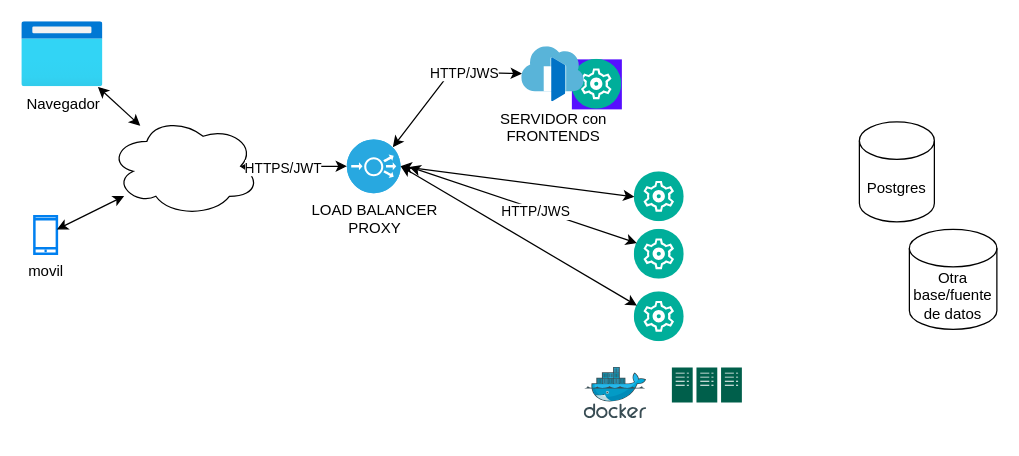
Above: src/Diagrama sin título.drawio in mariogb/genlon (draw.io), before the change. Source tidied: cells renumbered, new cells numbered last; positions are measured from the earlier drawing's top-left corner, leaving out a move shared by most shapes. Both pictures are drawn from the tidied source at 125%, with x=0, y=0 at pixel (21, 21).
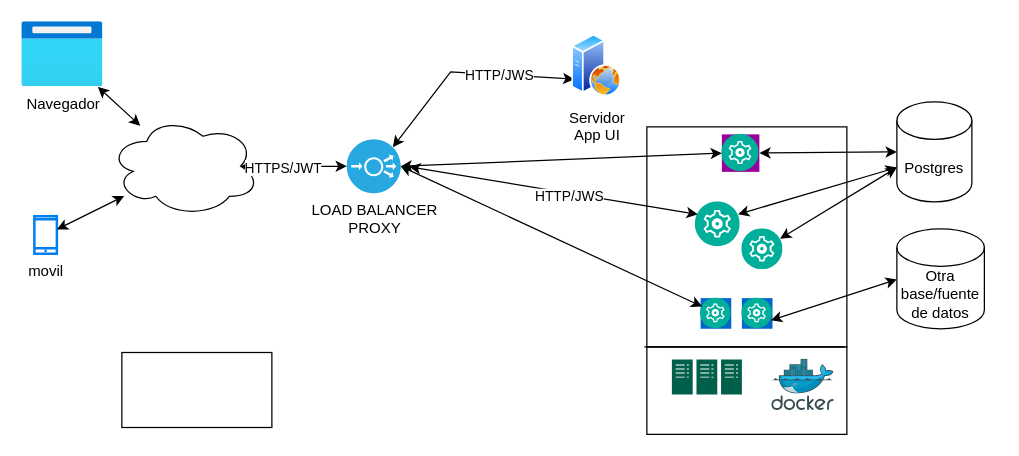
The same page after the edit.

The change refers to these unchanged cells:
```xml
<mxCell id="8" value="&lt;div&gt;LOAD BALANCER&lt;/div&gt;&lt;div&gt;PROXY&lt;br&gt;&lt;/div&gt;" style="fillColor=#28A8E0;verticalLabelPosition=bottom;sketch=0;html=1;strokeColor=#ffffff;verticalAlign=top;align=center;points=[[0.145,0.145,0],[0.5,0,0],[0.855,0.145,0],[1,0.5,0],[0.855,0.855,0],[0.5,1,0],[0.145,0.855,0],[0,0.5,0]];shape=mxgraph.cisco_safe.compositeIcon;bgIcon=ellipse;resIcon=mxgraph.cisco_safe.capability.load_balancer;" parent="1" vertex="1">
  <mxGeometry x="260" y="94" width="43" height="43" as="geometry" />
</mxCell>
```

What changed in the source:
```diff
@@
+    <mxCell id="25" style="rounded=0;whiteSpace=wrap;html=1;" parent="1" vertex="1">
+      <mxGeometry x="500" y="260" width="160" height="70" as="geometry" />
+    </mxCell>
+    <mxCell id="26" style="rounded=0;whiteSpace=wrap;html=1;" parent="1" vertex="1">
+      <mxGeometry x="500" y="84" width="160" height="176" as="geometry" />
+    </mxCell>
@@
     <mxCell id="7" value="&lt;div&gt;Postgres&lt;/div&gt;" style="shape=cylinder3;whiteSpace=wrap;html=1;boundedLbl=1;backgroundOutline=1;size=15;" parent="1" vertex="1">
-      <mxGeometry x="670" y="80" width="60" height="80" as="geometry" />
+      <mxGeometry x="700" y="64" width="60" height="80" as="geometry" />
     </mxCell>
@@
     <mxCell id="11" style="image;perimeter=ellipsePerimeter;html=1;align=center;shadow=0;dashed=0;fontColor=#4277BB;labelBackgroundColor=default;fontSize=12;spacingTop=3;image=img/lib/ibm/management/cluster_management.svg;" parent="1" vertex="1">
-      <mxGeometry x="490" y="166" width="40" height="40" as="geometry" />
+      <mxGeometry x="538.8" y="144" width="36" height="36" as="geometry" />
     </mxCell>
     <mxCell id="12" style="sketch=0;shadow=0;dashed=0;html=1;strokeColor=none;fillColor=#005F4B;labelPosition=center;verticalLabelPosition=bottom;verticalAlign=top;align=center;shape=mxgraph.veeam2.server_cluster;" parent="1" vertex="1">
-      <mxGeometry x="520" y="276.5" width="56" height="28" as="geometry" />
+      <mxGeometry x="520" y="270" width="56" height="28" as="geometry" />
     </mxCell>
-    <mxCell id="13" style="image;perimeter=ellipsePerimeter;html=1;align=center;shadow=0;dashed=0;fontColor=#4277BB;labelBackgroundColor=default;fontSize=12;spacingTop=3;image=img/lib/ibm/management/cluster_management.svg;" parent="1" vertex="1">
-      <mxGeometry x="490" y="120" width="40" height="40" as="geometry" />
+    <mxCell id="13" style="image;perimeter=ellipsePerimeter;html=1;align=center;shadow=0;dashed=0;fontColor=#4277BB;labelBackgroundColor=#7F00FF;fontSize=12;spacingTop=3;image=img/lib/ibm/management/cluster_management.svg;whiteSpace=wrap;labelBorderColor=default;imageBackground=#990099;fillStyle=auto;" parent="1" vertex="1">
+      <mxGeometry x="560" y="90" width="30" height="30" as="geometry" />
     </mxCell>
     <mxCell id="14" style="image;sketch=0;html=1;align=center;fontSize=12;image=img/lib/mscae/Docker.svg;" parent="1" vertex="1">
-      <mxGeometry x="450" y="276.5" width="50" height="41" as="geometry" />
+      <mxGeometry x="600" y="270" width="50" height="41" as="geometry" />
     </mxCell>
-    <mxCell id="15" style="image;perimeter=ellipsePerimeter;html=1;align=center;shadow=0;dashed=0;fontColor=#4277BB;labelBackgroundColor=default;fontSize=12;spacingTop=3;image=img/lib/ibm/management/cluster_management.svg;" parent="1" vertex="1">
-      <mxGeometry x="490" y="216" width="40" height="40" as="geometry" />
+    <mxCell id="15" style="image;perimeter=ellipsePerimeter;html=1;align=center;shadow=0;dashed=0;fontColor=#CC00CC;labelBackgroundColor=default;fontSize=12;spacingTop=3;image=img/lib/ibm/management/cluster_management.svg;imageBackground=#0066CC;" parent="1" vertex="1">
+      <mxGeometry x="543" y="221" width="24.5" height="24.5" as="geometry" />
     </mxCell>
-    <mxCell id="16" style="image;perimeter=ellipsePerimeter;html=1;align=center;shadow=0;dashed=0;fontColor=#4277BB;labelBackgroundColor=default;fontSize=12;spacingTop=3;image=img/lib/ibm/management/cluster_management.svg;imageBackground=#570FFF;fillStyle=solid;" parent="1" vertex="1">
-      <mxGeometry x="440" y="30" width="40" height="40" as="geometry" />
-    </mxCell>
-    <mxCell id="17" value="&lt;div&gt;SERVIDOR con&lt;/div&gt;&lt;div&gt;FRONTENDS&lt;br&gt;&lt;/div&gt;" style="image;sketch=0;html=1;points=[];align=center;fontSize=12;image=img/lib/mscae/Front_Doors.svg;" parent="1" vertex="1">
-      <mxGeometry x="400" y="20" width="50" height="44" as="geometry" />
-    </mxCell>
-    <mxCell id="18" style="endArrow=classic;startArrow=classic;html=1;rounded=0;exitX=0.855;exitY=0.145;exitDx=0;exitDy=0;exitPerimeter=0;" parent="1" edge="1" source="8" target="17">
+    <mxCell id="18" style="endArrow=classic;startArrow=classic;html=1;rounded=0;exitX=0.855;exitY=0.145;exitDx=0;exitDy=0;exitPerimeter=0;entryX=0;entryY=0.75;entryDx=0;entryDy=0;" parent="1" edge="1" source="8" target="29">
       <mxGeometry relative="1" as="geometry">
         <Array as="points">
           <mxPoint x="343" y="40" />
         </Array>
       </mxGeometry>
     </mxCell>
@@
     <mxCell id="24" value="Otra base/fuente de datos" style="shape=cylinder3;whiteSpace=wrap;html=1;boundedLbl=1;backgroundOutline=1;size=15;" parent="1" vertex="1">
-      <mxGeometry x="710" y="166" width="70" height="80" as="geometry" />
+      <mxGeometry x="700" y="165.5" width="70" height="80" as="geometry" />
     </mxCell>
+    <mxCell id="27" style="endArrow=none;html=1;rounded=0;" parent="1" edge="1">
+      <mxGeometry relative="1" as="geometry">
+        <mxPoint x="498" y="260" as="sourcePoint" />
+        <mxPoint x="658" y="260" as="targetPoint" />
+      </mxGeometry>
+    </mxCell>
+    <mxCell id="28" style="rounded=0;whiteSpace=wrap;html=1;" parent="1" vertex="1">
+      <mxGeometry x="80" y="264.5" width="120" height="60" as="geometry" />
+    </mxCell>
+    <mxCell id="29" value="&lt;div&gt;Servidor&lt;/div&gt;&lt;div&gt;App UI&lt;br&gt;&lt;/div&gt;" style="image;perimeter=ellipsePerimeter;html=1;align=center;shadow=0;dashed=0;spacingTop=3;image=img/lib/active_directory/web_server.svg;" parent="1" vertex="1">
+      <mxGeometry x="440" y="10" width="40" height="50" as="geometry" />
+    </mxCell>
+    <mxCell id="30" style="image;perimeter=ellipsePerimeter;html=1;align=center;shadow=0;dashed=0;fontColor=#CC00CC;labelBackgroundColor=default;fontSize=12;spacingTop=3;image=img/lib/ibm/management/cluster_management.svg;imageBackground=#0066CC;" parent="1" vertex="1">
+      <mxGeometry x="576" y="221" width="24.5" height="24.5" as="geometry" />
+    </mxCell>
+    <mxCell id="31" style="image;perimeter=ellipsePerimeter;html=1;align=center;shadow=0;dashed=0;fontColor=#4277BB;labelBackgroundColor=default;fontSize=12;spacingTop=3;image=img/lib/ibm/management/cluster_management.svg;" parent="1" vertex="1">
+      <mxGeometry x="576" y="165.5" width="33" height="33" as="geometry" />
+    </mxCell>
+    <mxCell id="32" style="endArrow=classic;startArrow=classic;html=1;rounded=0;entryX=0;entryY=0;entryDx=0;entryDy=52.5;entryPerimeter=0;exitX=1;exitY=0.25;exitDx=0;exitDy=0;" parent="1" edge="1" source="11" target="7">
+      <mxGeometry relative="1" as="geometry" />
+    </mxCell>
+    <mxCell id="33" style="endArrow=classic;startArrow=classic;html=1;rounded=0;entryX=0;entryY=0;entryDx=0;entryDy=52.5;entryPerimeter=0;" parent="1" edge="1" source="31" target="7">
+      <mxGeometry relative="1" as="geometry" />
+    </mxCell>
+    <mxCell id="34" style="endArrow=classic;startArrow=classic;html=1;rounded=0;exitX=1;exitY=0.75;exitDx=0;exitDy=0;" parent="1" edge="1" source="30">
+      <mxGeometry relative="1" as="geometry">
+        <mxPoint x="700" y="206" as="targetPoint" />
+      </mxGeometry>
+    </mxCell>
+    <mxCell id="35" style="endArrow=classic;startArrow=classic;html=1;rounded=0;entryX=0;entryY=0.5;entryDx=0;entryDy=0;entryPerimeter=0;" parent="1" edge="1" source="13" target="7">
+      <mxGeometry relative="1" as="geometry" />
+    </mxCell>
```
